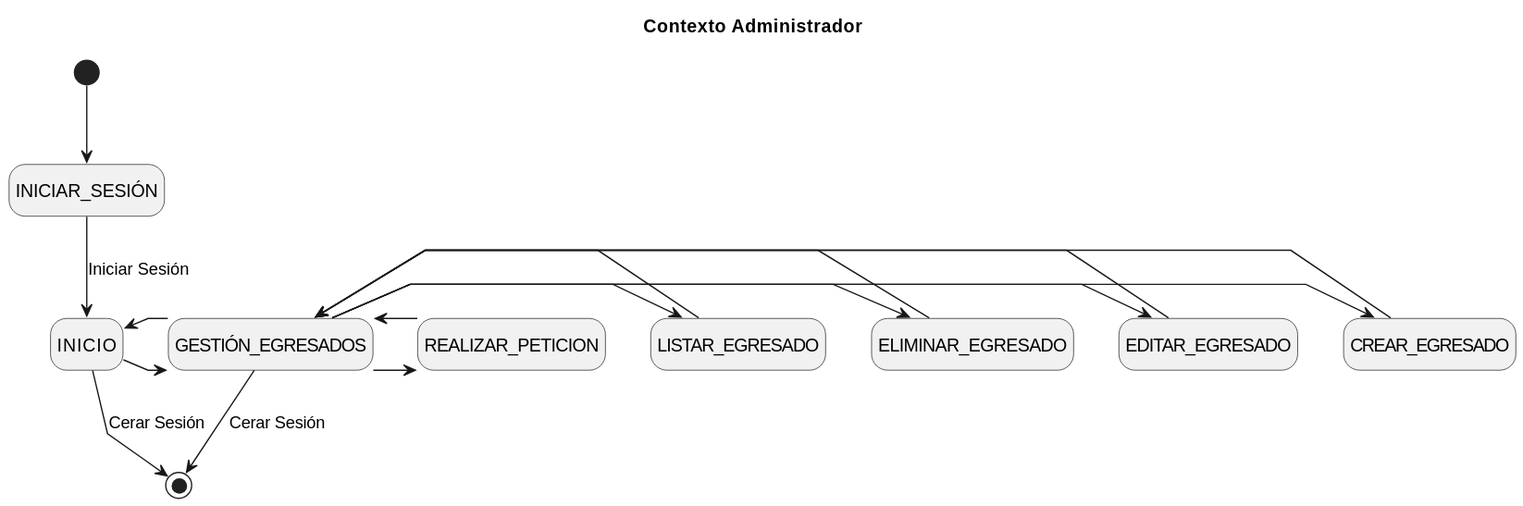
This is Caso_de_Uso/Contexto/Administrador/Gestión_Egresados/Contexto.svg from mmasias/23-24-IdSw1-SDR, a PlantUML export, as it was before one commit. The source it was exported from:
```plantuml
@startuml Contexto
title Contexto Administrador

skinparam {
    NoteBackgroundColor #whiteSmoke
    NoteBorderColor #green
    linetype polyline
}

hide empty description

[*] --> INICIAR_SESIÓN
INICIAR_SESIÓN --> INICIO : Iniciar Sesión

INICIO -> GESTIÓN_EGRESADOS
INICIO <- GESTIÓN_EGRESADOS

GESTIÓN_EGRESADOS -> CREAR_EGRESADO
GESTIÓN_EGRESADOS <- CREAR_EGRESADO
GESTIÓN_EGRESADOS -> EDITAR_EGRESADO
GESTIÓN_EGRESADOS <- EDITAR_EGRESADO
GESTIÓN_EGRESADOS -> ELIMINAR_EGRESADO
GESTIÓN_EGRESADOS <- ELIMINAR_EGRESADO
GESTIÓN_EGRESADOS -> LISTAR_EGRESADO
GESTIÓN_EGRESADOS <- LISTAR_EGRESADO
GESTIÓN_EGRESADOS -> REALIZAR_PETICION
GESTIÓN_EGRESADOS <- REALIZAR_PETICION

INICIO --> [*] : Cerar Sesión
GESTIÓN_EGRESADOS --> [*] : Cerar Sesión


@enduml
```
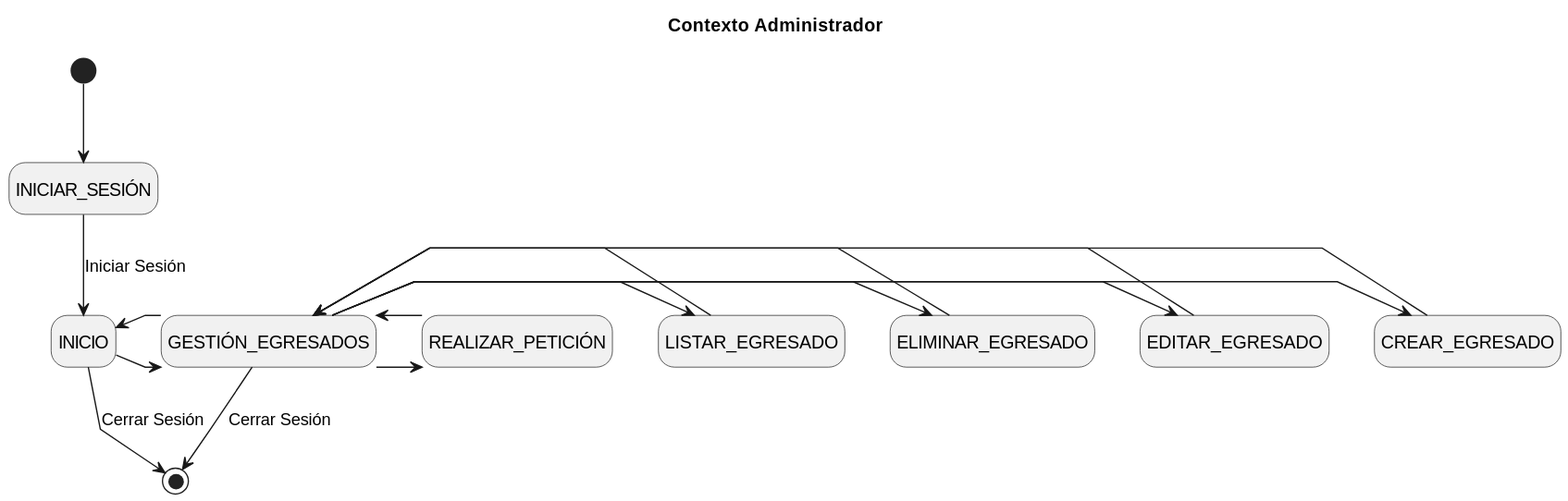
After the change.

The edit, as a diff of the source:
```diff
@@ -23,11 +23,11 @@
 GESTIÓN_EGRESADOS <- ELIMINAR_EGRESADO
 GESTIÓN_EGRESADOS -> LISTAR_EGRESADO
 GESTIÓN_EGRESADOS <- LISTAR_EGRESADO
-GESTIÓN_EGRESADOS -> REALIZAR_PETICION
-GESTIÓN_EGRESADOS <- REALIZAR_PETICION
+GESTIÓN_EGRESADOS -> REALIZAR_PETICIÓN
+GESTIÓN_EGRESADOS <- REALIZAR_PETICIÓN
 
-INICIO --> [*] : Cerar Sesión
-GESTIÓN_EGRESADOS --> [*] : Cerar Sesión
+INICIO --> [*] : Cerrar Sesión
+GESTIÓN_EGRESADOS --> [*] : Cerrar Sesión
 
 
 @enduml
```
